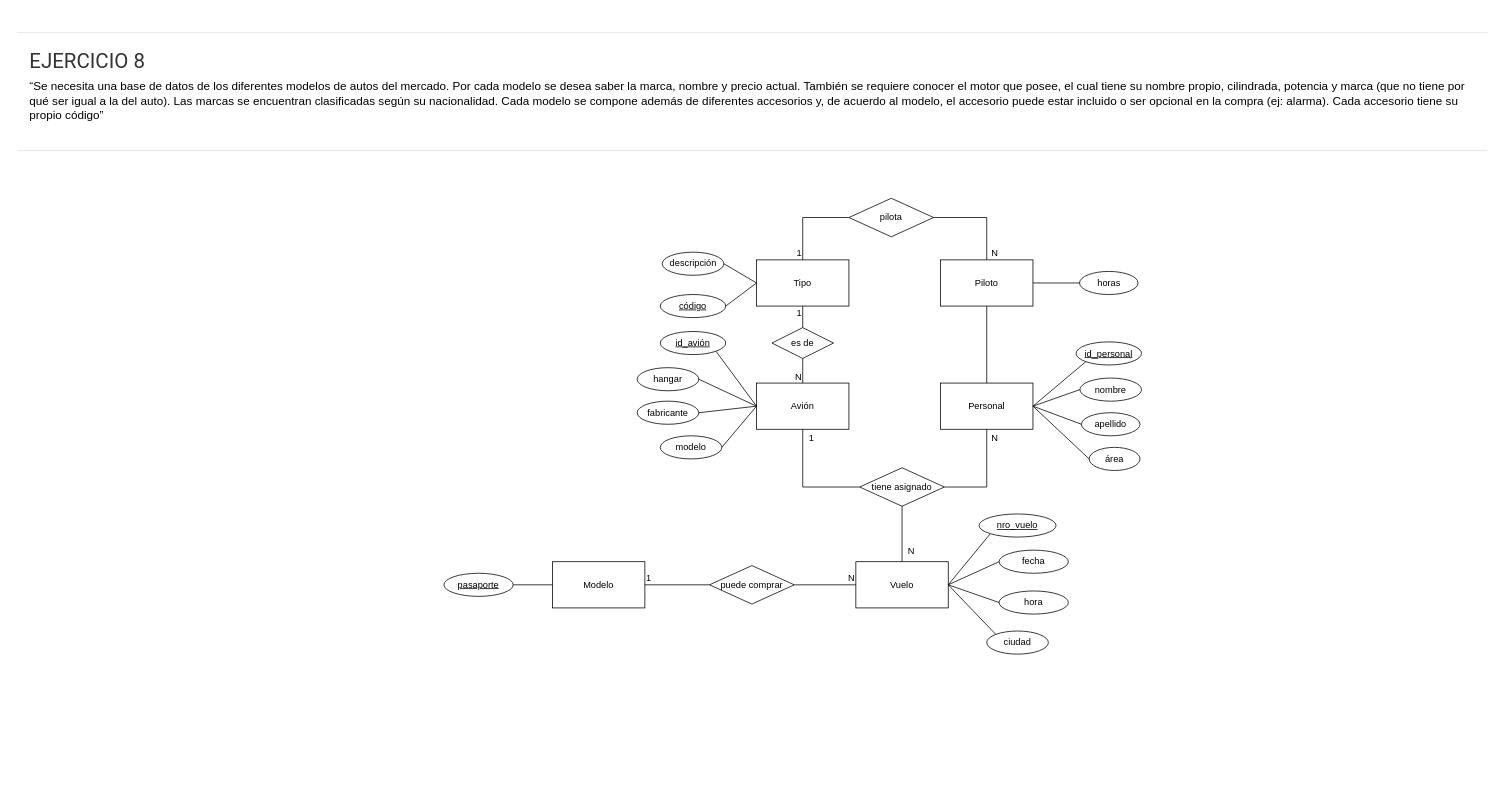
Kevchuuu/Base-de-datos- keeps this draw.io diagram as DER extendido ejercicio 8.drawio. Above is the earlier version. Source tidied: cells renumbered, new cells numbered last; positions are measured from the earlier drawing's top-left corner, leaving out a move shared by most shapes. Both pictures are drawn from the tidied source at 77%, with x=0, y=0 at pixel (13, 13).
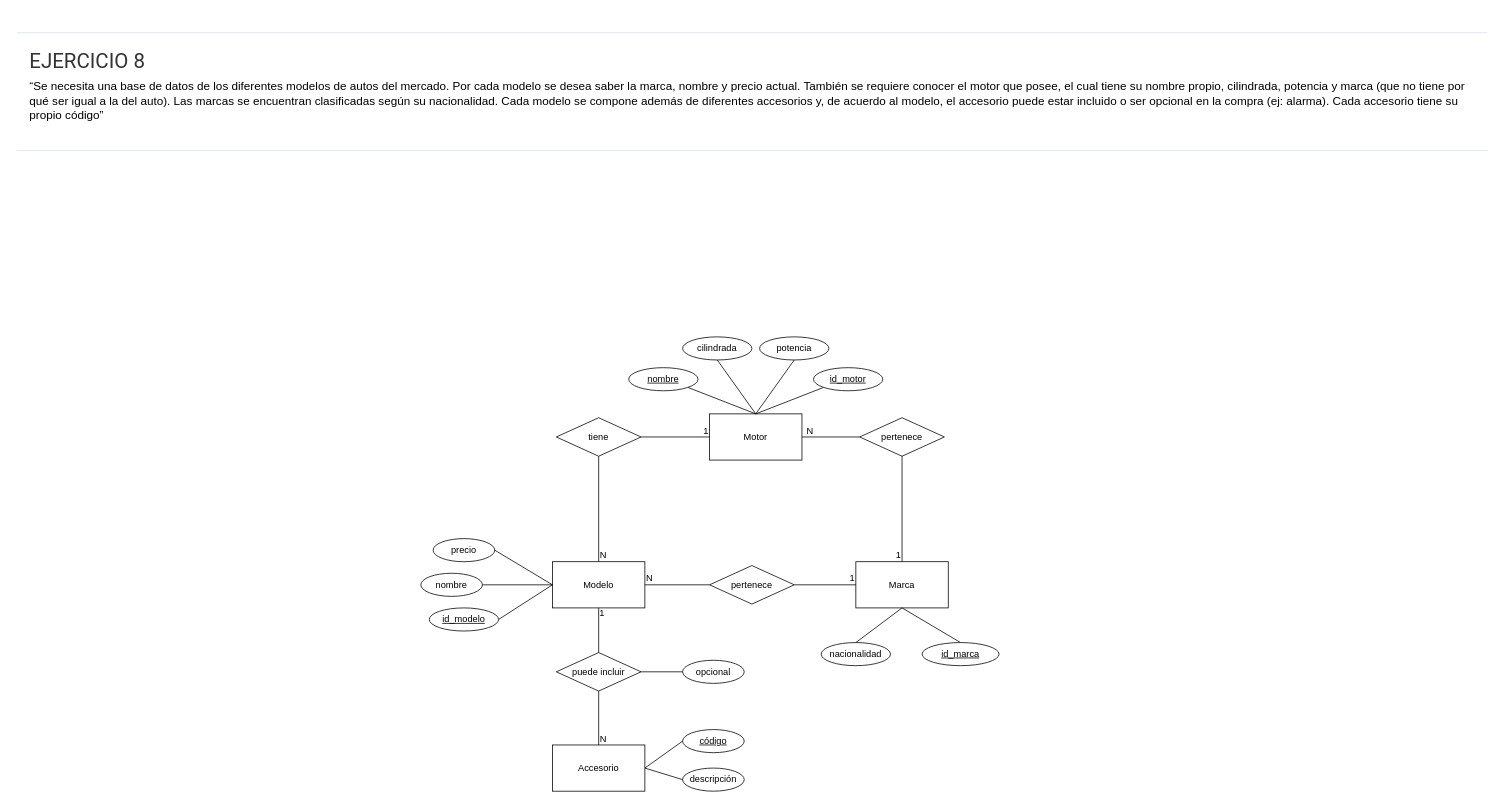
Above is the later version.

Unchanged cells that the change refers to:
```xml
<mxCell id="3" value="Modelo" style="rounded=0;whiteSpace=wrap;html=1;" parent="1" vertex="1">
  <mxGeometry x="700" y="712" width="120" height="60" as="geometry" />
</mxCell>
<mxCell id="16" style="endArrow=none;html=1;rounded=0;exitX=1;exitY=0.5;exitDx=0;exitDy=0;entryX=0;entryY=0.5;entryDx=0;entryDy=0;" parent="1" edge="1" source="3" target="11">
  <mxGeometry relative="1" as="geometry" />
</mxCell>
<mxCell id="18" style="endArrow=none;html=1;rounded=0;entryX=0;entryY=0.5;entryDx=0;entryDy=0;exitX=1;exitY=0.5;exitDx=0;exitDy=0;" parent="1" edge="1" source="11" target="4">
  <mxGeometry relative="1" as="geometry" />
</mxCell>
```

Change to the diagram source:
```diff
@@
-    <mxCell id="4" value="Vuelo" style="rounded=0;whiteSpace=wrap;html=1;" parent="1" vertex="1">
+    <mxCell id="4" value="Marca" style="rounded=0;whiteSpace=wrap;html=1;" parent="1" vertex="1">
       <mxGeometry x="1094" y="712" width="120" height="60" as="geometry" />
     </mxCell>
-    <mxCell id="5" value="Personal" style="rounded=0;whiteSpace=wrap;html=1;" parent="1" vertex="1">
-      <mxGeometry x="1204" y="480" width="120" height="60" as="geometry" />
-    </mxCell>
@@
-    <mxCell id="7" value="fecha" style="ellipse;whiteSpace=wrap;html=1;align=center;" parent="1" vertex="1">
-      <mxGeometry x="1280" y="697" width="90" height="30" as="geometry" />
+    <mxCell id="7" value="nacionalidad" style="ellipse;whiteSpace=wrap;html=1;align=center;" parent="1" vertex="1">
+      <mxGeometry x="1049" y="817" width="90" height="30" as="geometry" />
     </mxCell>
-    <mxCell id="8" value="ciudad" style="ellipse;whiteSpace=wrap;html=1;align=center;" parent="1" vertex="1">
-      <mxGeometry x="1264" y="802" width="80" height="30" as="geometry" />
-    </mxCell>
-    <mxCell id="9" value="nombre" style="ellipse;whiteSpace=wrap;html=1;align=center;" parent="1" vertex="1">
-      <mxGeometry x="1385" y="473.5" width="80" height="30" as="geometry" />
-    </mxCell>
-    <mxCell id="10" value="apellido" style="ellipse;whiteSpace=wrap;html=1;align=center;" parent="1" vertex="1">
-      <mxGeometry x="1387" y="518.5" width="76" height="30" as="geometry" />
-    </mxCell>
-    <mxCell id="11" value="puede comprar" style="shape=rhombus;perimeter=rhombusPerimeter;whiteSpace=wrap;html=1;align=center;" parent="1" vertex="1">
+    <mxCell id="11" value="pertenece" style="shape=rhombus;perimeter=rhombusPerimeter;whiteSpace=wrap;html=1;align=center;" parent="1" vertex="1">
       <mxGeometry x="904" y="717" width="110" height="50" as="geometry" />
     </mxCell>
-    <mxCell id="12" style="endArrow=none;html=1;rounded=0;exitX=0;exitY=1;exitDx=0;exitDy=0;entryX=1;entryY=0.5;entryDx=0;entryDy=0;" parent="1" edge="1" source="15" target="4">
-      <mxGeometry relative="1" as="geometry" />
-    </mxCell>
-    <mxCell id="13" style="endArrow=none;html=1;rounded=0;exitX=0;exitY=0.5;exitDx=0;exitDy=0;entryX=1;entryY=0.5;entryDx=0;entryDy=0;" parent="1" edge="1" source="7" target="4">
-      <mxGeometry relative="1" as="geometry" />
-    </mxCell>
-    <mxCell id="14" style="endArrow=none;html=1;rounded=0;exitX=0;exitY=0;exitDx=0;exitDy=0;entryX=1;entryY=0.5;entryDx=0;entryDy=0;" parent="1" edge="1" source="8" target="4">
+    <mxCell id="14" style="endArrow=none;html=1;rounded=0;exitX=0.5;exitY=0;exitDx=0;exitDy=0;entryX=0.5;entryY=1;entryDx=0;entryDy=0;" parent="1" edge="1" source="15" target="4">
       <mxGeometry relative="1" as="geometry" />
     </mxCell>
-    <mxCell id="15" value="nro_vuelo" style="ellipse;whiteSpace=wrap;html=1;align=center;fontStyle=4;" parent="1" vertex="1">
-      <mxGeometry x="1254" y="650" width="100" height="30" as="geometry" />
+    <mxCell id="15" value="id_marca" style="ellipse;whiteSpace=wrap;html=1;align=center;fontStyle=4;" parent="1" vertex="1">
+      <mxGeometry x="1180" y="817" width="100" height="30" as="geometry" />
     </mxCell>
@@
-    <mxCell id="17" value="1" style="html=1;whiteSpace=wrap;align=left;verticalAlign=bottom;" parent="16" vertex="1">
+    <mxCell id="17" value="N" style="html=1;whiteSpace=wrap;align=left;verticalAlign=bottom;" parent="16" vertex="1">
       <mxGeometry x="-1" relative="1" as="geometry" />
     </mxCell>
@@
-    <mxCell id="19" value="N" style="html=1;whiteSpace=wrap;align=right;verticalAlign=bottom;" parent="18" vertex="1">
+    <mxCell id="19" value="1" style="html=1;whiteSpace=wrap;align=right;verticalAlign=bottom;" parent="18" vertex="1">
       <mxGeometry x="1" relative="1" as="geometry" />
     </mxCell>
-    <mxCell id="20" style="endArrow=none;html=1;rounded=0;exitX=0;exitY=0.5;exitDx=0;exitDy=0;entryX=1;entryY=0.5;entryDx=0;entryDy=0;" parent="1" edge="1" source="9" target="5">
-      <mxGeometry relative="1" as="geometry" />
-    </mxCell>
-    <mxCell id="21" style="endArrow=none;html=1;rounded=0;exitX=0;exitY=0.5;exitDx=0;exitDy=0;entryX=1;entryY=0.5;entryDx=0;entryDy=0;" parent="1" edge="1" source="10" target="5">
-      <mxGeometry relative="1" as="geometry" />
-    </mxCell>
-    <mxCell id="22" value="tiene asignado" style="shape=rhombus;perimeter=rhombusPerimeter;whiteSpace=wrap;html=1;align=center;" parent="1" vertex="1">
-      <mxGeometry x="1099" y="590" width="110" height="50" as="geometry" />
-    </mxCell>
-    <mxCell id="23" style="endArrow=none;html=1;rounded=0;exitX=0.5;exitY=0;exitDx=0;exitDy=0;entryX=0.5;entryY=1;entryDx=0;entryDy=0;" parent="1" edge="1" source="4" target="22">
-      <mxGeometry relative="1" as="geometry" />
-    </mxCell>
-    <mxCell id="24" value="N" style="html=1;whiteSpace=wrap;align=left;verticalAlign=bottom;" parent="23" vertex="1">
-      <mxGeometry x="-1" relative="1" as="geometry">
-        <mxPoint x="6" y="-5" as="offset" />
-      </mxGeometry>
-    </mxCell>
-    <mxCell id="25" style="endArrow=none;html=1;rounded=0;entryX=0.5;entryY=1;entryDx=0;entryDy=0;exitX=1;exitY=0.5;exitDx=0;exitDy=0;" parent="1" edge="1" source="22" target="5">
-      <mxGeometry relative="1" as="geometry">
-        <Array as="points">
-          <mxPoint x="1264" y="615" />
-        </Array>
-      </mxGeometry>
-    </mxCell>
-    <mxCell id="26" value="N" style="html=1;whiteSpace=wrap;align=right;verticalAlign=bottom;" parent="25" vertex="1">
-      <mxGeometry x="1" relative="1" as="geometry">
-        <mxPoint x="16" y="20" as="offset" />
-      </mxGeometry>
-    </mxCell>
-    <mxCell id="27" value="pasaporte" style="ellipse;whiteSpace=wrap;html=1;align=center;fontStyle=4;" parent="1" vertex="1">
-      <mxGeometry x="559" y="727" width="90" height="30" as="geometry" />
+    <mxCell id="27" value="id_modelo" style="ellipse;whiteSpace=wrap;html=1;align=center;fontStyle=4;" parent="1" vertex="1">
+      <mxGeometry x="540" y="772" width="90" height="30" as="geometry" />
     </mxCell>
-    <mxCell id="28" value="Avión" style="rounded=0;whiteSpace=wrap;html=1;" parent="1" vertex="1">
-      <mxGeometry x="965" y="480" width="120" height="60" as="geometry" />
-    </mxCell>
-    <mxCell id="29" value="hora" style="ellipse;whiteSpace=wrap;html=1;align=center;" parent="1" vertex="1">
-      <mxGeometry x="1280" y="750" width="90" height="30" as="geometry" />
-    </mxCell>
-    <mxCell id="30" style="endArrow=none;html=1;rounded=0;exitX=0;exitY=0.5;exitDx=0;exitDy=0;entryX=1;entryY=0.5;entryDx=0;entryDy=0;" parent="1" edge="1" source="29" target="4">
+    <mxCell id="30" style="endArrow=none;html=1;rounded=0;exitX=0.5;exitY=0;exitDx=0;exitDy=0;entryX=0.5;entryY=1;entryDx=0;entryDy=0;" parent="1" edge="1" source="7" target="4">
       <mxGeometry relative="1" as="geometry" />
     </mxCell>
-    <mxCell id="31" style="endArrow=none;html=1;rounded=0;entryX=0.5;entryY=1;entryDx=0;entryDy=0;exitX=0;exitY=0.5;exitDx=0;exitDy=0;" parent="1" edge="1" source="22" target="28">
-      <mxGeometry relative="1" as="geometry">
-        <Array as="points">
-          <mxPoint x="1025" y="615" />
-        </Array>
-      </mxGeometry>
-    </mxCell>
-    <mxCell id="32" value="1" style="html=1;whiteSpace=wrap;align=right;verticalAlign=bottom;" parent="31" vertex="1">
-      <mxGeometry x="1" relative="1" as="geometry">
-        <mxPoint x="16" y="20" as="offset" />
-      </mxGeometry>
-    </mxCell>
-    <mxCell id="33" value="área" style="ellipse;whiteSpace=wrap;html=1;align=center;" parent="1" vertex="1">
-      <mxGeometry x="1397" y="563.5" width="66" height="30" as="geometry" />
-    </mxCell>
-    <mxCell id="34" style="endArrow=none;html=1;rounded=0;entryX=0;entryY=0.5;entryDx=0;entryDy=0;exitX=1;exitY=0.5;exitDx=0;exitDy=0;" parent="1" edge="1" source="5" target="33">
-      <mxGeometry relative="1" as="geometry" />
-    </mxCell>
-    <mxCell id="35" value="Piloto" style="rounded=0;whiteSpace=wrap;html=1;" parent="1" vertex="1">
-      <mxGeometry x="1204" y="320" width="120" height="60" as="geometry" />
-    </mxCell>
-    <mxCell id="36" value="modelo" style="ellipse;whiteSpace=wrap;html=1;align=center;" parent="1" vertex="1">
-      <mxGeometry x="840" y="548.5" width="80" height="30" as="geometry" />
-    </mxCell>
-    <mxCell id="37" value="fabricante" style="ellipse;whiteSpace=wrap;html=1;align=center;" parent="1" vertex="1">
-      <mxGeometry x="810" y="503.5" width="80" height="30" as="geometry" />
-    </mxCell>
-    <mxCell id="38" value="hangar" style="ellipse;whiteSpace=wrap;html=1;align=center;" parent="1" vertex="1">
-      <mxGeometry x="810" y="460" width="80" height="30" as="geometry" />
-    </mxCell>
-    <mxCell id="39" value="id_personal" style="ellipse;whiteSpace=wrap;html=1;align=center;fontStyle=4;" parent="1" vertex="1">
-      <mxGeometry x="1380" y="426.5" width="85" height="30" as="geometry" />
-    </mxCell>
-    <mxCell id="40" style="endArrow=none;html=1;rounded=0;exitX=0;exitY=1;exitDx=0;exitDy=0;entryX=1;entryY=0.5;entryDx=0;entryDy=0;" parent="1" edge="1" source="39" target="5">
-      <mxGeometry relative="1" as="geometry" />
-    </mxCell>
-    <mxCell id="41" value="pilota" style="shape=rhombus;perimeter=rhombusPerimeter;whiteSpace=wrap;html=1;align=center;" parent="1" vertex="1">
-      <mxGeometry x="1085" y="240" width="110" height="50" as="geometry" />
-    </mxCell>
-    <mxCell id="42" value="id_avión" style="ellipse;whiteSpace=wrap;html=1;align=center;fontStyle=4;" parent="1" vertex="1">
-      <mxGeometry x="840" y="413" width="85" height="30" as="geometry" />
-    </mxCell>
-    <mxCell id="43" style="endArrow=none;html=1;rounded=0;entryX=0.5;entryY=0;entryDx=0;entryDy=0;exitX=0.5;exitY=1;exitDx=0;exitDy=0;" parent="1" edge="1" source="35" target="5">
-      <mxGeometry relative="1" as="geometry" />
-    </mxCell>
-    <mxCell id="44" value="horas" style="ellipse;whiteSpace=wrap;html=1;align=center;" parent="1" vertex="1">
-      <mxGeometry x="1384.5" y="335" width="76" height="30" as="geometry" />
-    </mxCell>
-    <mxCell id="45" style="endArrow=none;html=1;rounded=0;exitX=0;exitY=0.5;exitDx=0;exitDy=0;entryX=1;entryY=0.5;entryDx=0;entryDy=0;" parent="1" edge="1" source="44" target="35">
-      <mxGeometry relative="1" as="geometry" />
-    </mxCell>
-    <mxCell id="46" style="endArrow=none;html=1;rounded=0;exitX=0;exitY=0.5;exitDx=0;exitDy=0;entryX=1;entryY=1;entryDx=0;entryDy=0;" parent="1" edge="1" source="28" target="42">
-      <mxGeometry relative="1" as="geometry" />
-    </mxCell>
-    <mxCell id="47" style="endArrow=none;html=1;rounded=0;exitX=0;exitY=0.5;exitDx=0;exitDy=0;entryX=1;entryY=0.5;entryDx=0;entryDy=0;" parent="1" edge="1" source="28" target="38">
-      <mxGeometry relative="1" as="geometry" />
-    </mxCell>
-    <mxCell id="48" style="endArrow=none;html=1;rounded=0;exitX=0;exitY=0.5;exitDx=0;exitDy=0;entryX=1;entryY=0.5;entryDx=0;entryDy=0;" parent="1" edge="1" source="28" target="37">
-      <mxGeometry relative="1" as="geometry" />
-    </mxCell>
-    <mxCell id="49" style="endArrow=none;html=1;rounded=0;exitX=1;exitY=0.5;exitDx=0;exitDy=0;entryX=0;entryY=0.5;entryDx=0;entryDy=0;" parent="1" edge="1" source="36" target="28">
-      <mxGeometry relative="1" as="geometry" />
-    </mxCell>
-    <mxCell id="50" value="Tipo" style="rounded=0;whiteSpace=wrap;html=1;" parent="1" vertex="1">
-      <mxGeometry x="965" y="320" width="120" height="60" as="geometry" />
-    </mxCell>
-    <mxCell id="51" style="endArrow=none;html=1;rounded=0;entryX=0.5;entryY=0;entryDx=0;entryDy=0;exitX=1;exitY=0.5;exitDx=0;exitDy=0;" parent="1" edge="1" source="41" target="35">
-      <mxGeometry relative="1" as="geometry">
-        <Array as="points">
-          <mxPoint x="1264" y="265" />
-        </Array>
-      </mxGeometry>
-    </mxCell>
-    <mxCell id="52" value="N" style="html=1;whiteSpace=wrap;align=right;verticalAlign=bottom;" parent="51" vertex="1">
-      <mxGeometry x="1" relative="1" as="geometry">
-        <mxPoint x="16" as="offset" />
-      </mxGeometry>
-    </mxCell>
-    <mxCell id="53" style="endArrow=none;html=1;rounded=0;entryX=0.5;entryY=0;entryDx=0;entryDy=0;exitX=0;exitY=0.5;exitDx=0;exitDy=0;" parent="1" edge="1" source="41" target="50">
-      <mxGeometry relative="1" as="geometry">
-        <Array as="points">
-          <mxPoint x="1025" y="265" />
-        </Array>
-      </mxGeometry>
-    </mxCell>
-    <mxCell id="54" value="1" style="html=1;whiteSpace=wrap;align=right;verticalAlign=bottom;" parent="53" vertex="1">
-      <mxGeometry x="1" relative="1" as="geometry" />
-    </mxCell>
-    <mxCell id="55" value="es de" style="shape=rhombus;perimeter=rhombusPerimeter;whiteSpace=wrap;html=1;align=center;" parent="1" vertex="1">
-      <mxGeometry x="985" y="408" width="80" height="40" as="geometry" />
-    </mxCell>
-    <mxCell id="56" style="endArrow=none;html=1;rounded=0;exitX=0.5;exitY=1;exitDx=0;exitDy=0;entryX=0.5;entryY=0;entryDx=0;entryDy=0;" parent="1" edge="1" source="55" target="28">
-      <mxGeometry relative="1" as="geometry" />
-    </mxCell>
-    <mxCell id="57" value="N" style="html=1;whiteSpace=wrap;align=right;verticalAlign=bottom;" parent="56" vertex="1">
-      <mxGeometry x="1" relative="1" as="geometry" />
-    </mxCell>
-    <mxCell id="58" style="endArrow=none;html=1;rounded=0;exitX=0.5;exitY=0;exitDx=0;exitDy=0;entryX=0.5;entryY=1;entryDx=0;entryDy=0;" parent="1" edge="1" source="55" target="50">
-      <mxGeometry relative="1" as="geometry" />
-    </mxCell>
-    <mxCell id="59" value="1" style="html=1;whiteSpace=wrap;align=right;verticalAlign=bottom;" parent="58" vertex="1">
-      <mxGeometry x="1" relative="1" as="geometry">
-        <mxPoint y="18" as="offset" />
-      </mxGeometry>
-    </mxCell>
+    <mxCell id="9" value="nombre" style="ellipse;whiteSpace=wrap;html=1;align=center;" parent="1" vertex="1">
+      <mxGeometry x="529" y="727" width="80" height="30" as="geometry" />
+    </mxCell>
+    <mxCell id="64" value="precio" style="ellipse;whiteSpace=wrap;html=1;align=center;" parent="1" vertex="1">
+      <mxGeometry x="545" y="682" width="80" height="30" as="geometry" />
+    </mxCell>
+    <mxCell id="65" style="endArrow=none;html=1;rounded=0;exitX=1;exitY=0.5;exitDx=0;exitDy=0;entryX=0;entryY=0.5;entryDx=0;entryDy=0;" parent="1" edge="1" source="64" target="3">
+      <mxGeometry relative="1" as="geometry" />
+    </mxCell>
+    <mxCell id="66" style="endArrow=none;html=1;rounded=0;exitX=1;exitY=0.5;exitDx=0;exitDy=0;entryX=0;entryY=0.5;entryDx=0;entryDy=0;" parent="1" edge="1" source="9" target="3">
+      <mxGeometry relative="1" as="geometry" />
+    </mxCell>
+    <mxCell id="67" value="Motor" style="rounded=0;whiteSpace=wrap;html=1;" parent="1" vertex="1">
+      <mxGeometry x="904" y="520" width="120" height="60" as="geometry" />
+    </mxCell>
+    <mxCell id="68" value="tiene" style="shape=rhombus;perimeter=rhombusPerimeter;whiteSpace=wrap;html=1;align=center;" parent="1" vertex="1">
+      <mxGeometry x="705" y="525" width="110" height="50" as="geometry" />
+    </mxCell>
+    <mxCell id="69" value="pertenece" style="shape=rhombus;perimeter=rhombusPerimeter;whiteSpace=wrap;html=1;align=center;" parent="1" vertex="1">
+      <mxGeometry x="1099" y="525" width="110" height="50" as="geometry" />
+    </mxCell>
+    <mxCell id="70" value="Accesorio" style="rounded=0;whiteSpace=wrap;html=1;" parent="1" vertex="1">
+      <mxGeometry x="700" y="950" width="120" height="60" as="geometry" />
+    </mxCell>
+    <mxCell id="71" style="endArrow=none;html=1;rounded=0;exitX=0.5;exitY=0;exitDx=0;exitDy=0;entryX=0.5;entryY=1;entryDx=0;entryDy=0;" parent="1" edge="1" source="3" target="68">
+      <mxGeometry relative="1" as="geometry" />
+    </mxCell>
+    <mxCell id="72" value="N" style="html=1;whiteSpace=wrap;align=left;verticalAlign=bottom;" parent="71" vertex="1">
+      <mxGeometry x="-1" relative="1" as="geometry" />
+    </mxCell>
+    <mxCell id="73" style="endArrow=none;html=1;rounded=0;entryX=0;entryY=0.5;entryDx=0;entryDy=0;exitX=1;exitY=0.5;exitDx=0;exitDy=0;" parent="1" edge="1" source="68" target="67">
+      <mxGeometry relative="1" as="geometry" />
+    </mxCell>
+    <mxCell id="74" value="1" style="html=1;whiteSpace=wrap;align=right;verticalAlign=bottom;" parent="73" vertex="1">
+      <mxGeometry x="1" relative="1" as="geometry" />
+    </mxCell>
+    <mxCell id="75" style="endArrow=none;html=1;rounded=0;entryX=0.5;entryY=0;entryDx=0;entryDy=0;exitX=0.5;exitY=1;exitDx=0;exitDy=0;" parent="1" edge="1" source="69" target="4">
+      <mxGeometry relative="1" as="geometry" />
+    </mxCell>
+    <mxCell id="76" value="1" style="html=1;whiteSpace=wrap;align=right;verticalAlign=bottom;" parent="75" vertex="1">
+      <mxGeometry x="1" relative="1" as="geometry" />
+    </mxCell>
+    <mxCell id="77" style="endArrow=none;html=1;rounded=0;entryX=1;entryY=0.5;entryDx=0;entryDy=0;exitX=0;exitY=0.5;exitDx=0;exitDy=0;" parent="1" edge="1" source="69" target="67">
+      <mxGeometry relative="1" as="geometry" />
+    </mxCell>
+    <mxCell id="78" value="N" style="html=1;whiteSpace=wrap;align=right;verticalAlign=bottom;" parent="77" vertex="1">
+      <mxGeometry x="1" relative="1" as="geometry">
+        <mxPoint x="16" as="offset" />
+      </mxGeometry>
+    </mxCell>
+    <mxCell id="79" value="cilindrada" style="ellipse;whiteSpace=wrap;html=1;align=center;" parent="1" vertex="1">
+      <mxGeometry x="869" y="420" width="90" height="30" as="geometry" />
+    </mxCell>
+    <mxCell id="80" value="potencia" style="ellipse;whiteSpace=wrap;html=1;align=center;" parent="1" vertex="1">
+      <mxGeometry x="969" y="420" width="90" height="30" as="geometry" />
+    </mxCell>
+    <mxCell id="81" style="endArrow=none;html=1;rounded=0;exitX=0.5;exitY=0;exitDx=0;exitDy=0;entryX=1;entryY=1;entryDx=0;entryDy=0;" parent="1" edge="1" source="67" target="95">
+      <mxGeometry relative="1" as="geometry" />
+    </mxCell>
+    <mxCell id="82" style="endArrow=none;html=1;rounded=0;exitX=0.5;exitY=1;exitDx=0;exitDy=0;entryX=0.5;entryY=0;entryDx=0;entryDy=0;" parent="1" edge="1" source="79" target="67">
+      <mxGeometry relative="1" as="geometry" />
+    </mxCell>
+    <mxCell id="83" style="endArrow=none;html=1;rounded=0;exitX=0.5;exitY=1;exitDx=0;exitDy=0;entryX=0.5;entryY=0;entryDx=0;entryDy=0;" parent="1" edge="1" source="80" target="67">
+      <mxGeometry relative="1" as="geometry" />
+    </mxCell>
+    <mxCell id="84" style="endArrow=none;html=1;rounded=0;exitX=0;exitY=1;exitDx=0;exitDy=0;entryX=0.5;entryY=0;entryDx=0;entryDy=0;" parent="1" edge="1" source="85" target="67">
+      <mxGeometry relative="1" as="geometry" />
+    </mxCell>
+    <mxCell id="85" value="id_motor" style="ellipse;whiteSpace=wrap;html=1;align=center;fontStyle=4;" parent="1" vertex="1">
+      <mxGeometry x="1039" y="460" width="90" height="30" as="geometry" />
+    </mxCell>
+    <mxCell id="61" value="descripción" style="ellipse;whiteSpace=wrap;html=1;align=center;" parent="1" vertex="1">
+      <mxGeometry x="869" y="980" width="80" height="30" as="geometry" />
+    </mxCell>
     <mxCell id="60" value="código" style="ellipse;whiteSpace=wrap;html=1;align=center;fontStyle=4;" parent="1" vertex="1">
-      <mxGeometry x="840" y="365" width="85" height="30" as="geometry" />
+      <mxGeometry x="869" y="930" width="80" height="30" as="geometry" />
     </mxCell>
-    <mxCell id="61" value="descripción" style="ellipse;whiteSpace=wrap;html=1;align=center;" parent="1" vertex="1">
-      <mxGeometry x="842.5" y="310" width="80" height="30" as="geometry" />
-    </mxCell>
-    <mxCell id="62" style="endArrow=none;html=1;rounded=0;exitX=0;exitY=0.5;exitDx=0;exitDy=0;entryX=1;entryY=0.5;entryDx=0;entryDy=0;" parent="1" edge="1" source="50" target="60">
-      <mxGeometry relative="1" as="geometry" />
-    </mxCell>
-    <mxCell id="63" style="endArrow=none;html=1;rounded=0;exitX=1;exitY=0.5;exitDx=0;exitDy=0;entryX=0;entryY=0.5;entryDx=0;entryDy=0;" parent="1" edge="1" source="61" target="50">
-      <mxGeometry relative="1" as="geometry" />
-    </mxCell>
+    <mxCell id="86" style="endArrow=none;html=1;rounded=0;exitX=1;exitY=0.5;exitDx=0;exitDy=0;entryX=0;entryY=0.5;entryDx=0;entryDy=0;" parent="1" edge="1" source="70" target="60">
+      <mxGeometry relative="1" as="geometry" />
+    </mxCell>
+    <mxCell id="87" style="endArrow=none;html=1;rounded=0;exitX=1;exitY=0.5;exitDx=0;exitDy=0;entryX=0;entryY=0.5;entryDx=0;entryDy=0;" parent="1" edge="1" source="70" target="61">
+      <mxGeometry relative="1" as="geometry" />
+    </mxCell>
+    <mxCell id="88" value="puede incluir" style="shape=rhombus;perimeter=rhombusPerimeter;whiteSpace=wrap;html=1;align=center;" parent="1" vertex="1">
+      <mxGeometry x="705" y="830" width="110" height="50" as="geometry" />
+    </mxCell>
+    <mxCell id="89" style="endArrow=none;html=1;rounded=0;exitX=0.5;exitY=0;exitDx=0;exitDy=0;entryX=0.5;entryY=1;entryDx=0;entryDy=0;" parent="1" edge="1" source="70" target="88">
+      <mxGeometry relative="1" as="geometry" />
+    </mxCell>
+    <mxCell id="90" value="N" style="html=1;whiteSpace=wrap;align=left;verticalAlign=bottom;" parent="89" vertex="1">
+      <mxGeometry x="-1" relative="1" as="geometry" />
+    </mxCell>
+    <mxCell id="91" style="endArrow=none;html=1;rounded=0;entryX=0.5;entryY=1;entryDx=0;entryDy=0;exitX=0.5;exitY=0;exitDx=0;exitDy=0;" parent="1" edge="1" source="88" target="3">
+      <mxGeometry relative="1" as="geometry" />
+    </mxCell>
+    <mxCell id="92" value="1" style="html=1;whiteSpace=wrap;align=right;verticalAlign=bottom;" parent="91" vertex="1">
+      <mxGeometry x="1" relative="1" as="geometry">
+        <mxPoint x="9" y="15" as="offset" />
+      </mxGeometry>
+    </mxCell>
+    <mxCell id="93" value="opcional" style="ellipse;whiteSpace=wrap;html=1;align=center;" parent="1" vertex="1">
+      <mxGeometry x="869" y="840" width="80" height="30" as="geometry" />
+    </mxCell>
+    <mxCell id="94" style="endArrow=none;html=1;rounded=0;exitX=1;exitY=0.5;exitDx=0;exitDy=0;entryX=0;entryY=0.5;entryDx=0;entryDy=0;" parent="1" edge="1" source="88" target="93">
+      <mxGeometry relative="1" as="geometry" />
+    </mxCell>
+    <mxCell id="95" value="nombre" style="ellipse;whiteSpace=wrap;html=1;align=center;fontStyle=4;" parent="1" vertex="1">
+      <mxGeometry x="799" y="460" width="90" height="30" as="geometry" />
+    </mxCell>
```
